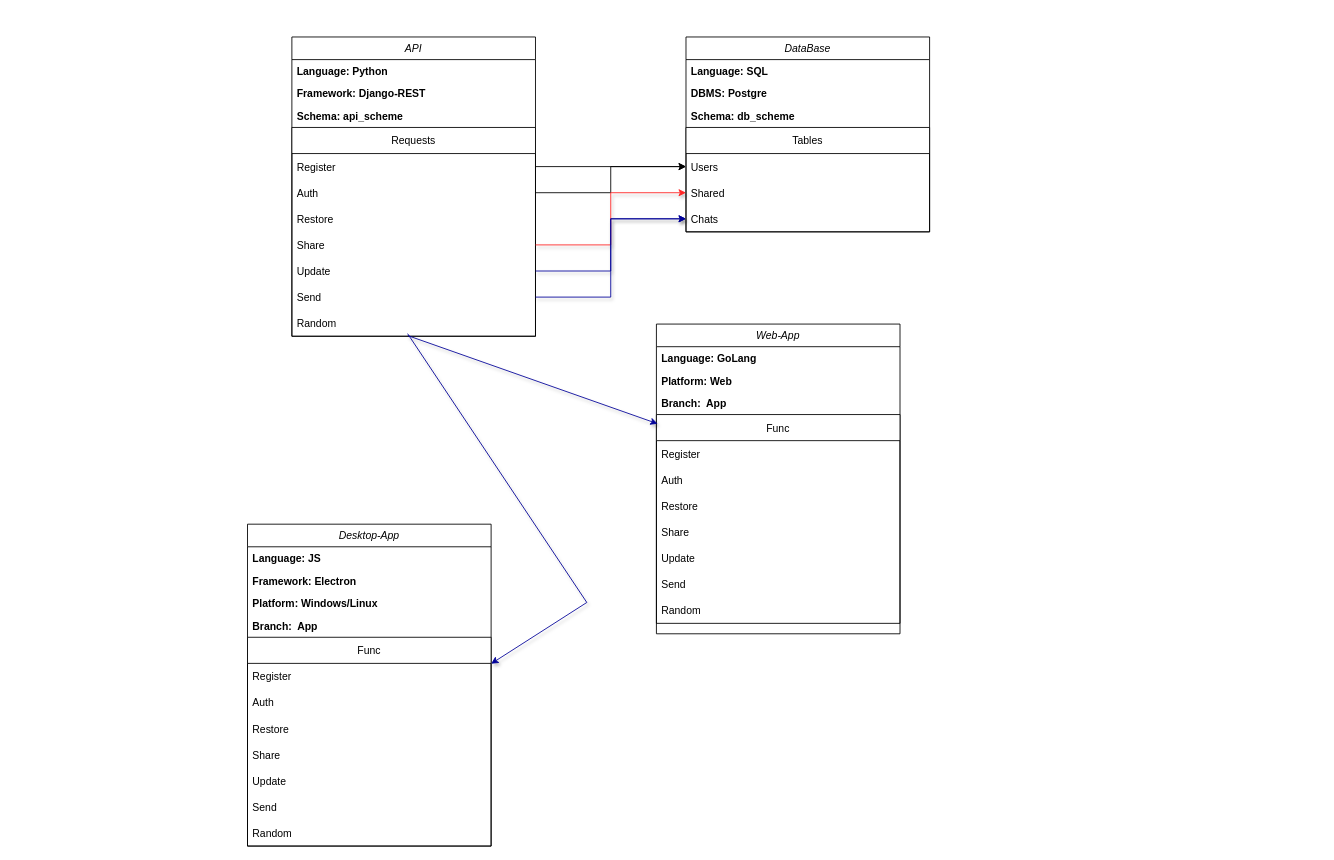
The draw.io diagram sayu_scheme.drawio in Morugar/say.u, before the edit. Source tidied: cells renumbered, new cells numbered last; positions are measured from the earlier drawing's top-left corner, leaving out a move shared by most shapes. Both pictures are drawn from the tidied source at 87%, with x=0, y=0 at pixel (247, 37).
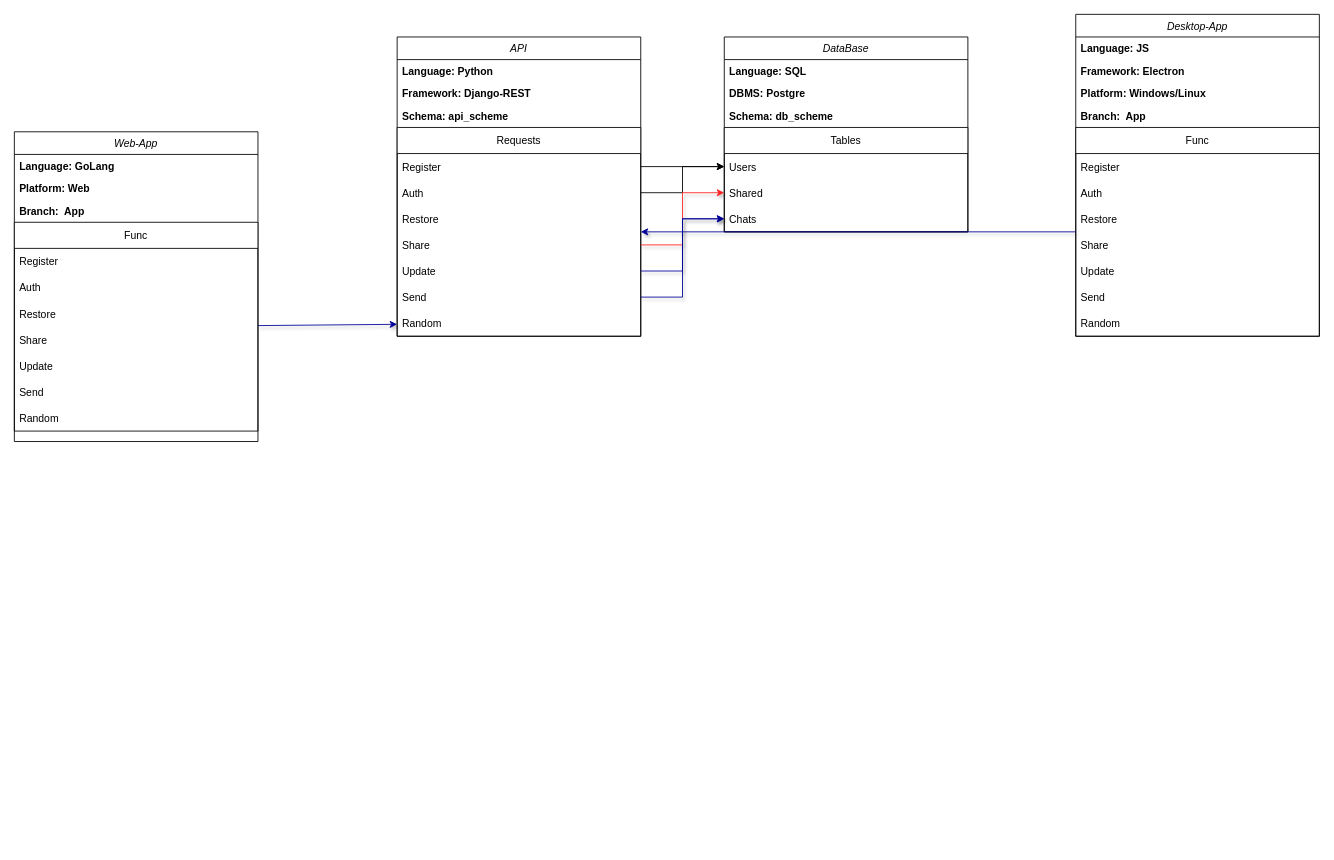
After the change.

Unchanged cells that the change refers to:
```xml
<mxCell id="6" value="Requests" style="swimlane;fontStyle=0;horizontal=1;startSize=30;" parent="2" vertex="1">
  <mxGeometry y="104" width="280" height="240" as="geometry" />
</mxCell>
<mxCell id="13" value="Random" style="text;strokeColor=none;fillColor=none;align=left;verticalAlign=middle;spacingLeft=4;spacingRight=4;overflow=hidden;points=[[0,0.5],[1,0.5]];portConstraint=eastwest;" parent="6" vertex="1">
  <mxGeometry y="210" width="280" height="30" as="geometry" />
</mxCell>
<mxCell id="31" value="Func" style="swimlane;fontStyle=0;horizontal=1;startSize=30;" parent="27" vertex="1">
  <mxGeometry y="104" width="280" height="240" as="geometry" />
</mxCell>
<mxCell id="45" value="Func" style="swimlane;fontStyle=0;horizontal=1;startSize=30;" parent="40" vertex="1">
  <mxGeometry y="130" width="280" height="240" as="geometry" />
</mxCell>
```

Diff of the diagram source:
```diff
@@
-<mxGraphModel background="#FFFFFF">
+<mxGraphModel>
@@
     <mxCell id="2" value="API" style="swimlane;fontStyle=2;align=center;verticalAlign=top;horizontal=1;startSize=26;rounded=0;shadow=0;strokeWidth=1;" parent="1" vertex="1">
-      <mxGeometry x="51" width="280" height="344" as="geometry" />
+      <mxGeometry x="172" width="280" height="344" as="geometry" />
     </mxCell>
@@
     <mxCell id="14" value="DataBase" style="swimlane;fontStyle=2;align=center;verticalAlign=top;horizontal=1;startSize=26;rounded=0;shadow=0;strokeWidth=1;" parent="1" vertex="1">
-      <mxGeometry x="504" width="280" height="224" as="geometry" />
+      <mxGeometry x="548" width="280" height="224" as="geometry" />
     </mxCell>
@@
     <mxCell id="27" value="Web-App" style="swimlane;fontStyle=2;align=center;verticalAlign=top;horizontal=1;startSize=26;rounded=0;shadow=0;strokeWidth=1;" parent="1" vertex="1">
-      <mxGeometry x="470" y="330" width="280" height="356" as="geometry" />
+      <mxGeometry x="-268" y="109" width="280" height="356" as="geometry" />
     </mxCell>
@@
-    <mxCell id="39" style="endArrow=classic;html=1;rounded=0;shadow=1;labelBorderColor=#FF3D3D;fontColor=#FF0303;strokeColor=#000099;exitX=0.476;exitY=0.975;exitDx=0;exitDy=0;exitPerimeter=0;entryX=0.005;entryY=0.044;entryDx=0;entryDy=0;entryPerimeter=0;" parent="1" edge="1" source="13" target="31">
+    <mxCell id="39" style="endArrow=classic;html=1;rounded=0;shadow=1;labelBorderColor=#FF3D3D;fontColor=#FF0303;strokeColor=#000099;" parent="1" edge="1" source="31" target="13">
       <mxGeometry relative="1" as="geometry" />
     </mxCell>
     <mxCell id="40" value="Desktop-App" style="swimlane;fontStyle=2;align=center;verticalAlign=top;horizontal=1;startSize=26;rounded=0;shadow=0;strokeWidth=1;" parent="1" vertex="1">
-      <mxGeometry y="560" width="280" height="370" as="geometry" />
+      <mxGeometry x="952" y="-26" width="280" height="370" as="geometry" />
     </mxCell>
@@
-    <mxCell id="53" style="endArrow=classic;html=1;rounded=0;shadow=1;labelBorderColor=#FF3D3D;fontColor=#FF0303;strokeColor=#000099;" parent="1" edge="1" target="45">
-      <mxGeometry relative="1" as="geometry">
-        <mxPoint x="184" y="341" as="sourcePoint" />
-        <Array as="points">
-          <mxPoint x="390" y="650" />
-        </Array>
-      </mxGeometry>
+    <mxCell id="53" style="endArrow=classic;html=1;rounded=0;shadow=1;labelBorderColor=#FF3D3D;fontColor=#FF0303;strokeColor=#000099;" parent="1" edge="1" source="45" target="6">
+      <mxGeometry relative="1" as="geometry" />
     </mxCell>
```
